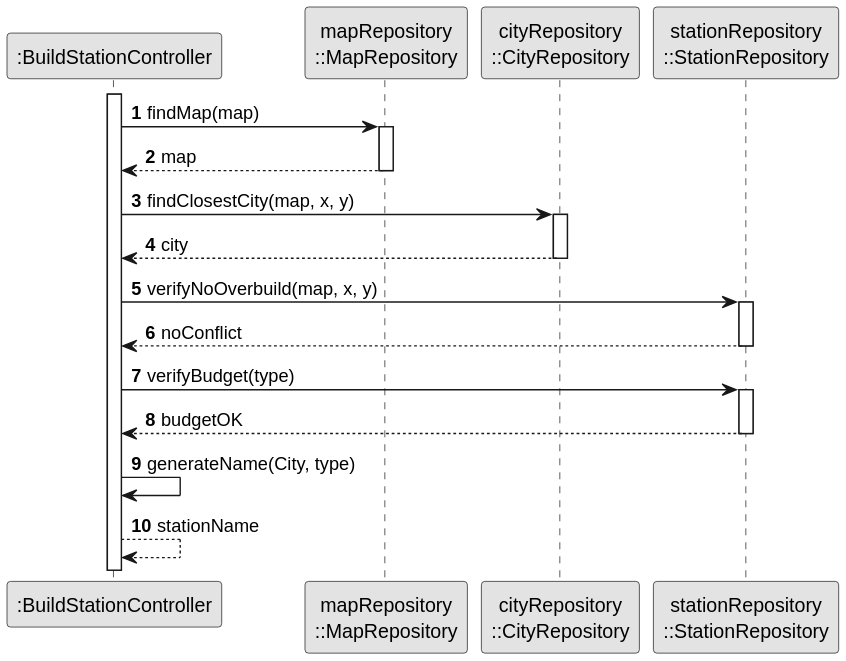
goncalolopesp/sem2-pi-24.25-g093-repo keeps this PlantUML diagram as docs/system-documentation/US005/03.design/svg/US005-SD-validateAndName.svg. Above is the earlier version.
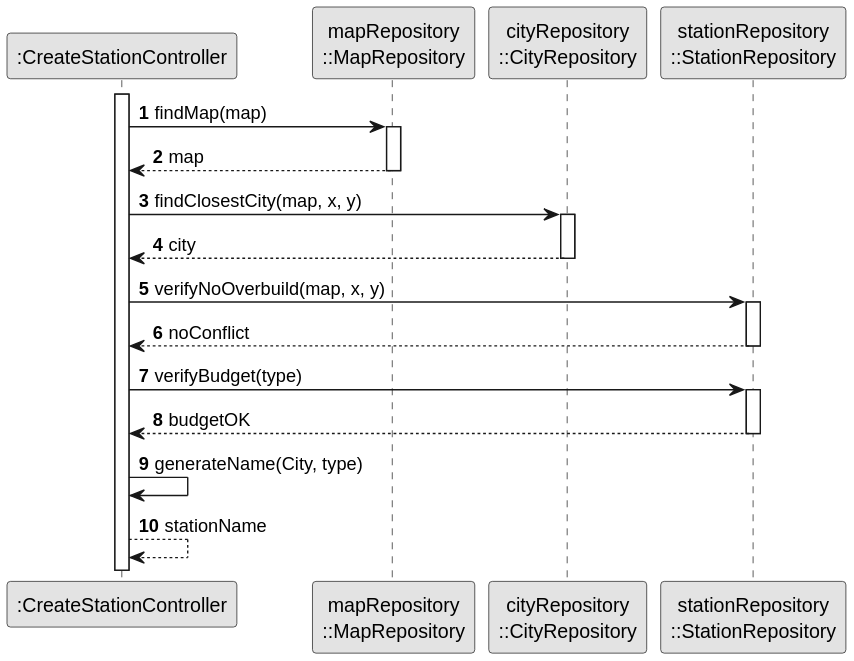
Later version of the same file.

Change to the diagram source:
```diff
@@ -4,7 +4,7 @@
 skinparam shadowing false
 
 autonumber
-participant ":BuildStationController" as BuildController
+participant ":CreateStationController" as BuildController
 participant "mapRepository\n::MapRepository" as MapRepo
 participant "cityRepository\n::CityRepository" as CityRepo
 participant "stationRepository\n::StationRepository" as StationRepo
```
